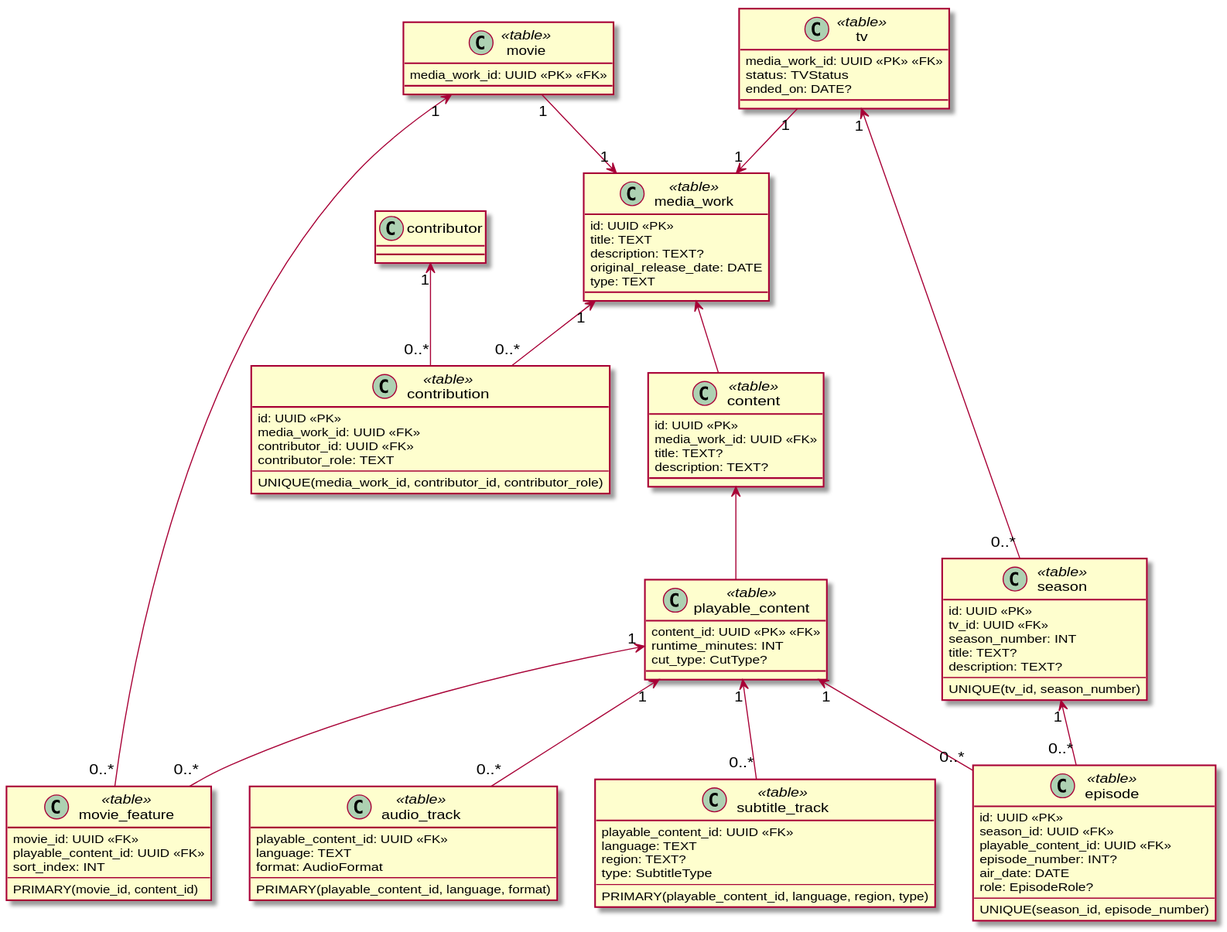
yantue/colleq keeps this PlantUML diagram as docs/diagrams/data/media_work.data.svg. Above is the earlier version.
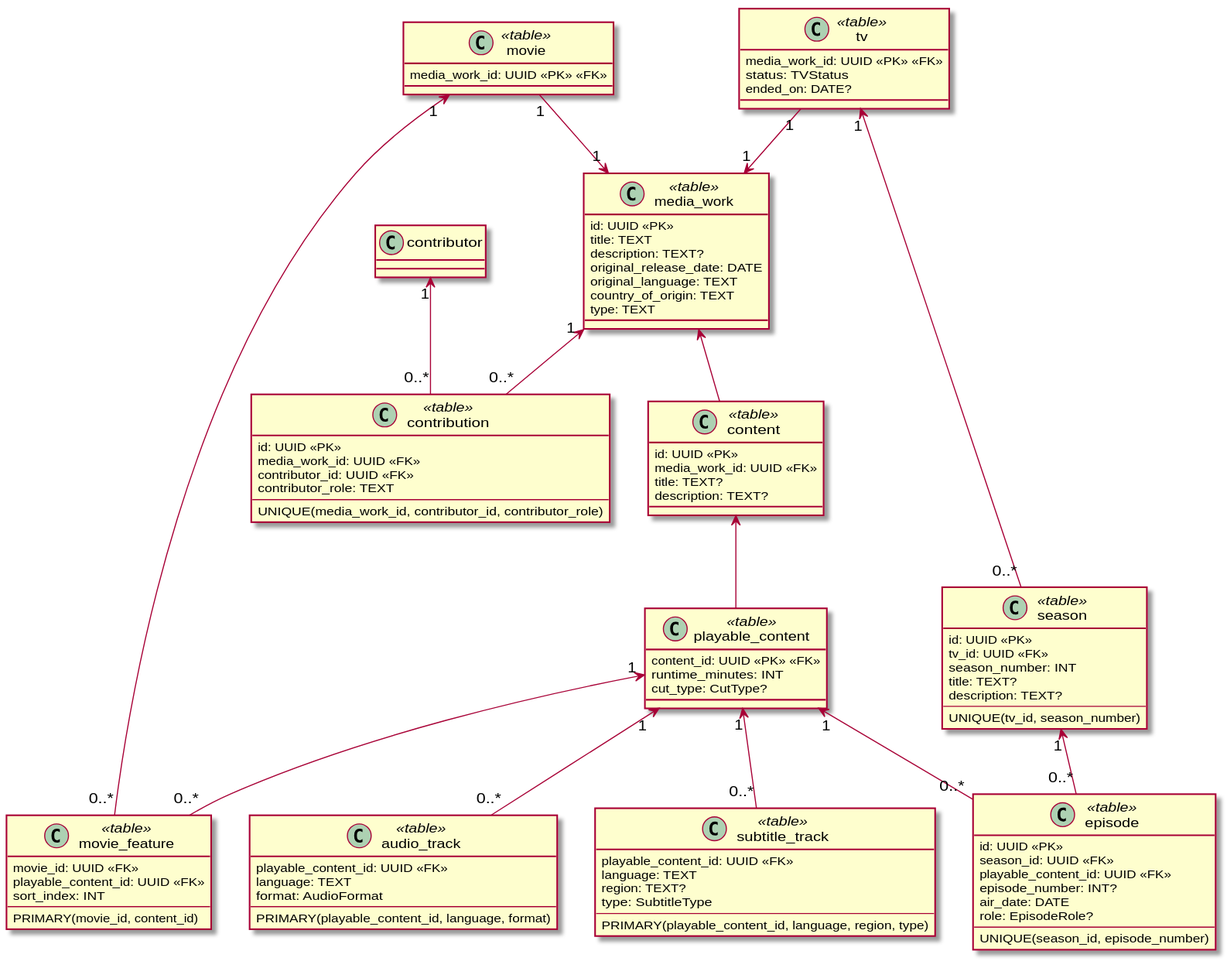
The same diagram one commit later.

Diff of the diagram source:
```diff
@@ -6,6 +6,8 @@
     title: TEXT
     description: TEXT?
     original_release_date: DATE
+    original_language: TEXT
+    country_of_origin: TEXT
     type: TEXT
 }
 
```
